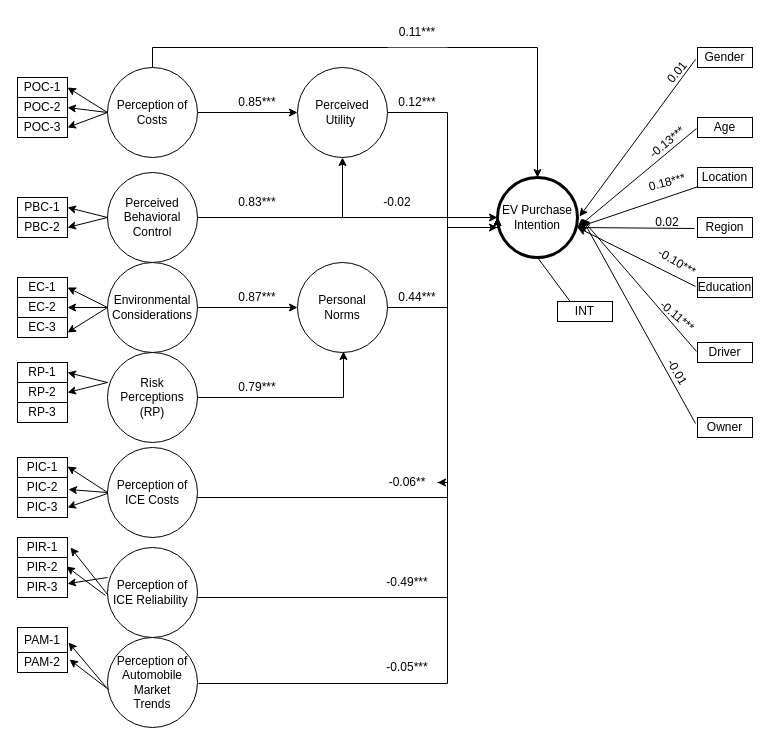
Above: page "Page-1" (1 of 2) of final_path_diagram.drawio in ChullEPG/taxi-survey (draw.io), before the change. Source tidied: cells renumbered, new cells numbered last; positions are measured from the earlier drawing's top-left corner, leaving out a move shared by most shapes. Both pictures are drawn from the tidied source at 100%, with x=0, y=0 at pixel (17, 17).
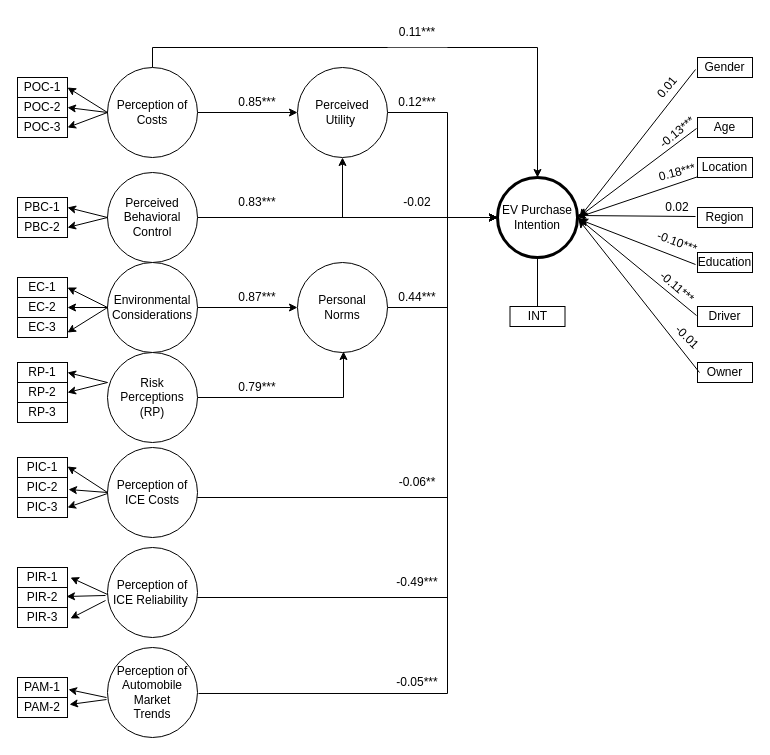
The same page after the edit.

Unchanged cells that the change refers to:
```xml
<mxCell id="3" value="Perceived Utility&amp;nbsp;" style="ellipse;whiteSpace=wrap;html=1;" parent="1" vertex="1">
  <mxGeometry x="280" y="50" width="90" height="90" as="geometry" />
</mxCell>
<mxCell id="5" value="Personal &lt;br&gt;Norms" style="ellipse;whiteSpace=wrap;html=1;" parent="1" vertex="1">
  <mxGeometry x="280" y="245" width="90" height="90" as="geometry" />
</mxCell>
<mxCell id="11" value="EV Purchase Intention" style="ellipse;whiteSpace=wrap;html=1;strokeWidth=3;" parent="1" vertex="1">
  <mxGeometry x="480" y="160" width="80" height="80" as="geometry" />
</mxCell>
<mxCell id="42" value="Perception of ICE Reliability&amp;nbsp;" style="ellipse;whiteSpace=wrap;html=1;" parent="1" vertex="1">
  <mxGeometry x="90" y="530" width="90" height="90" as="geometry" />
</mxCell>
<mxCell id="44" value="Perception of ICE Costs" style="ellipse;whiteSpace=wrap;html=1;" parent="1" vertex="1">
  <mxGeometry x="90" y="430" width="90" height="90" as="geometry" />
</mxCell>
<mxCell id="73" value="Age" style="rounded=0;whiteSpace=wrap;html=1;" parent="1" vertex="1">
  <mxGeometry x="680" y="100" width="55" height="20" as="geometry" />
</mxCell>
```

Change to the diagram source:
```diff
@@
     <mxCell id="2" style="edgeStyle=orthogonalEdgeStyle;rounded=0;jettySize=auto;html=1;entryX=0;entryY=0.5;entryDx=0;entryDy=0;" parent="1" edge="1" source="3" target="11">
       <mxGeometry relative="1" as="geometry">
         <Array as="points">
           <mxPoint x="430" y="95" />
-          <mxPoint x="430" y="210" />
+          <mxPoint x="430" y="200" />
         </Array>
       </mxGeometry>
     </mxCell>
@@
     <mxCell id="4" style="edgeStyle=orthogonalEdgeStyle;rounded=0;jettySize=auto;html=1;entryX=0;entryY=0.5;entryDx=0;entryDy=0;" parent="1" edge="1" source="5" target="11">
       <mxGeometry relative="1" as="geometry">
         <Array as="points">
           <mxPoint x="430" y="290" />
-          <mxPoint x="430" y="210" />
+          <mxPoint x="430" y="200" />
         </Array>
       </mxGeometry>
     </mxCell>
@@
     <mxCell id="23" value="INT" style="rounded=0;whiteSpace=wrap;html=1;" parent="1" vertex="1">
-      <mxGeometry x="540" y="284" width="55" height="20" as="geometry" />
+      <mxGeometry x="492.5" y="289" width="55" height="20" as="geometry" />
     </mxCell>
@@
     <mxCell id="39" style="edgeStyle=orthogonalEdgeStyle;rounded=0;jettySize=auto;html=1;entryX=0;entryY=0.5;entryDx=0;entryDy=0;exitX=0.511;exitY=-0.011;exitDx=0;exitDy=0;exitPerimeter=0;" parent="1" edge="1" source="40" target="11">
       <mxGeometry relative="1" as="geometry">
         <Array as="points">
-          <mxPoint x="430" y="666" />
-          <mxPoint x="430" y="210" />
-          <mxPoint x="480" y="210" />
+          <mxPoint x="430" y="676" />
+          <mxPoint x="430" y="200" />
         </Array>
       </mxGeometry>
     </mxCell>
     <mxCell id="40" value="Perception of Automobile Market &lt;br&gt;Trends" style="ellipse;whiteSpace=wrap;html=1;direction=south;" parent="1" vertex="1">
-      <mxGeometry x="90" y="620" width="90" height="90" as="geometry" />
+      <mxGeometry x="90" y="630" width="90" height="90" as="geometry" />
     </mxCell>
     <mxCell id="41" style="edgeStyle=orthogonalEdgeStyle;rounded=0;jettySize=auto;html=1;entryX=0;entryY=0.5;entryDx=0;entryDy=0;" parent="1" edge="1" source="42" target="11">
       <mxGeometry relative="1" as="geometry">
         <Array as="points">
           <mxPoint x="430" y="580" />
-          <mxPoint x="430" y="210" />
-          <mxPoint x="480" y="210" />
+          <mxPoint x="430" y="200" />
         </Array>
       </mxGeometry>
     </mxCell>
@@
-    <mxCell id="43" style="edgeStyle=orthogonalEdgeStyle;rounded=0;jettySize=auto;html=1;" parent="1" edge="1" source="94">
-      <mxGeometry relative="1" as="geometry">
-        <mxPoint x="480" y="210" as="targetPoint" />
-        <Array as="points">
-          <mxPoint x="430" y="210" />
-        </Array>
-      </mxGeometry>
-    </mxCell>
@@
     <mxCell id="51" value="PIR-2" style="rounded=0;whiteSpace=wrap;html=1;" parent="1" vertex="1">
-      <mxGeometry y="540" width="50" height="20" as="geometry" />
+      <mxGeometry y="570" width="50" height="20" as="geometry" />
     </mxCell>
     <mxCell id="52" value="PIR-1" style="rounded=0;whiteSpace=wrap;html=1;" parent="1" vertex="1">
-      <mxGeometry y="520" width="50" height="20" as="geometry" />
+      <mxGeometry y="550" width="50" height="20" as="geometry" />
     </mxCell>
     <mxCell id="53" value="PIR-3" style="rounded=0;whiteSpace=wrap;html=1;" parent="1" vertex="1">
-      <mxGeometry y="560" width="50" height="20" as="geometry" />
+      <mxGeometry y="590" width="50" height="20" as="geometry" />
     </mxCell>
-    <mxCell id="54" style="endArrow=classic;html=1;rounded=0;" parent="1" edge="1" target="53">
-      <mxGeometry relative="1" as="geometry">
-        <mxPoint x="90" y="560" as="sourcePoint" />
-      </mxGeometry>
+    <mxCell id="54" style="endArrow=classic;html=1;rounded=0;entryX=1.06;entryY=0.55;entryDx=0;entryDy=0;entryPerimeter=0;exitX=-0.022;exitY=0.589;exitDx=0;exitDy=0;exitPerimeter=0;" parent="1" edge="1" source="42" target="53">
+      <mxGeometry relative="1" as="geometry" />
     </mxCell>
@@
     <mxCell id="57" value="PAM-2" style="rounded=0;whiteSpace=wrap;html=1;" parent="1" vertex="1">
-      <mxGeometry y="635" width="50" height="20" as="geometry" />
+      <mxGeometry y="680" width="50" height="20" as="geometry" />
     </mxCell>
@@
     <mxCell id="63" value="-0.02" style="text;strokeColor=none;align=center;fillColor=none;html=1;verticalAlign=middle;whiteSpace=wrap;rounded=0;" parent="1" vertex="1">
-      <mxGeometry x="350" y="170" width="60" height="30" as="geometry" />
+      <mxGeometry x="370" y="170" width="60" height="30" as="geometry" />
     </mxCell>
@@
     <mxCell id="68" value="-0.49***" style="text;strokeColor=none;align=center;fillColor=none;html=1;verticalAlign=middle;whiteSpace=wrap;rounded=0;" parent="1" vertex="1">
-      <mxGeometry x="360" y="550" width="60" height="30" as="geometry" />
+      <mxGeometry x="370" y="550" width="60" height="30" as="geometry" />
     </mxCell>
     <mxCell id="69" value="-0.05***" style="text;strokeColor=none;align=center;fillColor=none;html=1;verticalAlign=middle;whiteSpace=wrap;rounded=0;" parent="1" vertex="1">
-      <mxGeometry x="360" y="635" width="60" height="30" as="geometry" />
+      <mxGeometry x="370" y="650" width="60" height="30" as="geometry" />
     </mxCell>
-    <mxCell id="70" style="edgeStyle=none;rounded=0;jettySize=auto;html=1;entryX=1.025;entryY=0.488;entryDx=0;entryDy=0;entryPerimeter=0;exitX=-0.036;exitY=0.6;exitDx=0;exitDy=0;exitPerimeter=0;" parent="1" edge="1" source="71" target="11">
+    <mxCell id="70" style="edgeStyle=none;rounded=0;jettySize=auto;html=1;entryX=1.025;entryY=0.5;entryDx=0;entryDy=0;entryPerimeter=0;exitX=-0.036;exitY=0.6;exitDx=0;exitDy=0;exitPerimeter=0;" parent="1" edge="1" source="71" target="11">
       <mxGeometry relative="1" as="geometry" />
     </mxCell>
     <mxCell id="71" value="Gender" style="rounded=0;whiteSpace=wrap;html=1;" parent="1" vertex="1">
-      <mxGeometry x="680" y="30" width="55" height="20" as="geometry" />
+      <mxGeometry x="680" y="40" width="55" height="20" as="geometry" />
     </mxCell>
-    <mxCell id="72" style="edgeStyle=none;rounded=0;jettySize=auto;html=1;exitX=-0.018;exitY=0.55;exitDx=0;exitDy=0;exitPerimeter=0;" parent="1" edge="1" source="73">
-      <mxGeometry relative="1" as="geometry">
-        <mxPoint x="560" y="210" as="targetPoint" />
-      </mxGeometry>
+    <mxCell id="72" style="edgeStyle=none;rounded=0;jettySize=auto;html=1;exitX=-0.018;exitY=0.55;exitDx=0;exitDy=0;exitPerimeter=0;entryX=1.025;entryY=0.488;entryDx=0;entryDy=0;entryPerimeter=0;" parent="1" edge="1" source="73" target="11">
+      <mxGeometry relative="1" as="geometry" />
     </mxCell>
@@
     <mxCell id="74" style="edgeStyle=none;rounded=0;jettySize=auto;html=1;" parent="1" edge="1" source="75">
       <mxGeometry relative="1" as="geometry">
-        <mxPoint x="560" y="210" as="targetPoint" />
+        <mxPoint x="560" y="200" as="targetPoint" />
       </mxGeometry>
     </mxCell>
     <mxCell id="75" value="Location" style="rounded=0;whiteSpace=wrap;html=1;" parent="1" vertex="1">
-      <mxGeometry x="680" y="150" width="55" height="20" as="geometry" />
+      <mxGeometry x="680" y="140" width="55" height="20" as="geometry" />
     </mxCell>
-    <mxCell id="76" style="edgeStyle=none;rounded=0;jettySize=auto;html=1;exitX=-0.055;exitY=0.55;exitDx=0;exitDy=0;exitPerimeter=0;" parent="1" edge="1" source="77">
-      <mxGeometry relative="1" as="geometry">
-        <mxPoint x="560" y="210" as="targetPoint" />
-      </mxGeometry>
-    </mxCell>
     <mxCell id="77" value="Region" style="rounded=0;whiteSpace=wrap;html=1;" parent="1" vertex="1">
-      <mxGeometry x="680" y="200" width="55" height="20" as="geometry" />
+      <mxGeometry x="680" y="190" width="55" height="20" as="geometry" />
     </mxCell>
-    <mxCell id="78" style="edgeStyle=none;rounded=0;jettySize=auto;html=1;exitX=-0.036;exitY=0.45;exitDx=0;exitDy=0;exitPerimeter=0;" parent="1" edge="1" source="79">
-      <mxGeometry relative="1" as="geometry">
-        <mxPoint x="560" y="210" as="targetPoint" />
-      </mxGeometry>
-    </mxCell>
     <mxCell id="79" value="Education" style="rounded=0;whiteSpace=wrap;html=1;" parent="1" vertex="1">
-      <mxGeometry x="680" y="260" width="55" height="20" as="geometry" />
+      <mxGeometry x="680" y="235" width="55" height="20" as="geometry" />
     </mxCell>
-    <mxCell id="80" style="edgeStyle=none;rounded=0;jettySize=auto;html=1;entryX=1.05;entryY=0.513;entryDx=0;entryDy=0;entryPerimeter=0;exitX=-0.018;exitY=0.45;exitDx=0;exitDy=0;exitPerimeter=0;" parent="1" edge="1" source="81" target="11">
-      <mxGeometry relative="1" as="geometry" />
-    </mxCell>
     <mxCell id="81" value="Driver" style="rounded=0;whiteSpace=wrap;html=1;" parent="1" vertex="1">
-      <mxGeometry x="680" y="325" width="55" height="20" as="geometry" />
+      <mxGeometry x="680" y="289" width="55" height="20" as="geometry" />
     </mxCell>
-    <mxCell id="82" style="edgeStyle=none;rounded=0;jettySize=auto;html=1;entryX=1.063;entryY=0.525;entryDx=0;entryDy=0;entryPerimeter=0;exitX=-0.036;exitY=0.3;exitDx=0;exitDy=0;exitPerimeter=0;" parent="1" edge="1" source="83" target="11">
-      <mxGeometry relative="1" as="geometry" />
-    </mxCell>
     <mxCell id="83" value="Owner" style="rounded=0;whiteSpace=wrap;html=1;" parent="1" vertex="1">
-      <mxGeometry x="680" y="400" width="55" height="20" as="geometry" />
+      <mxGeometry x="680" y="345" width="55" height="20" as="geometry" />
     </mxCell>
     <mxCell id="84" value="0.01" style="text;strokeColor=none;align=center;fillColor=none;html=1;verticalAlign=middle;whiteSpace=wrap;rounded=0;rotation=-50;" parent="1" vertex="1">
-      <mxGeometry x="630" y="40" width="60" height="30" as="geometry" />
+      <mxGeometry x="620" y="55" width="60" height="30" as="geometry" />
     </mxCell>
     <mxCell id="85" value="-0.13***" style="text;strokeColor=none;align=center;fillColor=none;html=1;verticalAlign=middle;whiteSpace=wrap;rounded=0;rotation=-40;" parent="1" vertex="1">
-      <mxGeometry x="620" y="110" width="60" height="30" as="geometry" />
+      <mxGeometry x="630" y="100" width="60" height="30" as="geometry" />
     </mxCell>
     <mxCell id="86" value="0.18***" style="text;strokeColor=none;align=center;fillColor=none;html=1;verticalAlign=middle;whiteSpace=wrap;rounded=0;rotation=-15;" parent="1" vertex="1">
-      <mxGeometry x="620" y="150" width="60" height="30" as="geometry" />
+      <mxGeometry x="630" y="140" width="60" height="30" as="geometry" />
     </mxCell>
-    <mxCell id="87" value="-0.10***" style="text;strokeColor=none;align=center;fillColor=none;html=1;verticalAlign=middle;whiteSpace=wrap;rounded=0;rotation=30;" parent="1" vertex="1">
-      <mxGeometry x="630" y="230" width="60" height="30" as="geometry" />
+    <mxCell id="87" value="-0.10***" style="text;strokeColor=none;align=center;fillColor=none;html=1;verticalAlign=middle;whiteSpace=wrap;rounded=0;rotation=20;" parent="1" vertex="1">
+      <mxGeometry x="630" y="210" width="60" height="30" as="geometry" />
     </mxCell>
     <mxCell id="88" value="-0.11***" style="text;strokeColor=none;align=center;fillColor=none;html=1;verticalAlign=middle;whiteSpace=wrap;rounded=0;rotation=40;" parent="1" vertex="1">
-      <mxGeometry x="630" y="284" width="60" height="30" as="geometry" />
+      <mxGeometry x="630" y="255" width="60" height="30" as="geometry" />
     </mxCell>
-    <mxCell id="89" value="-0.01" style="text;strokeColor=none;align=center;fillColor=none;html=1;verticalAlign=middle;whiteSpace=wrap;rounded=0;rotation=60;" parent="1" vertex="1">
-      <mxGeometry x="630" y="340" width="60" height="30" as="geometry" />
+    <mxCell id="89" value="-0.01" style="text;strokeColor=none;align=center;fillColor=none;html=1;verticalAlign=middle;whiteSpace=wrap;rounded=0;rotation=45;" parent="1" vertex="1">
+      <mxGeometry x="640" y="305" width="60" height="30" as="geometry" />
     </mxCell>
     <mxCell id="90" value="0.02" style="text;strokeColor=none;align=center;fillColor=none;html=1;verticalAlign=middle;whiteSpace=wrap;rounded=0;rotation=0;" parent="1" vertex="1">
-      <mxGeometry x="620" y="190" width="60" height="30" as="geometry" />
+      <mxGeometry x="630" y="175" width="60" height="30" as="geometry" />
     </mxCell>
-    <mxCell id="91" style="endArrow=classic;html=1;rounded=0;entryX=1.04;entryY=0.35;entryDx=0;entryDy=0;exitX=0.578;exitY=0.989;exitDx=0;exitDy=0;exitPerimeter=0;entryPerimeter=0;" parent="1" edge="1" source="40" target="57">
+    <mxCell id="91" style="endArrow=classic;html=1;rounded=0;entryX=1.04;entryY=0.35;entryDx=0;entryDy=0;exitX=0.578;exitY=1.011;exitDx=0;exitDy=0;exitPerimeter=0;entryPerimeter=0;" parent="1" edge="1" source="40" target="57">
       <mxGeometry relative="1" as="geometry" />
     </mxCell>
     <mxCell id="92" value="PAM-1" style="rounded=0;whiteSpace=wrap;html=1;" parent="1" vertex="1">
-      <mxGeometry y="610" width="50" height="25" as="geometry" />
+      <mxGeometry y="660" width="50" height="20" as="geometry" />
     </mxCell>
-    <mxCell id="93" style="edgeStyle=orthogonalEdgeStyle;rounded=0;jettySize=auto;html=1;" parent="1" edge="1" source="44" target="94">
+    <mxCell id="93" style="edgeStyle=orthogonalEdgeStyle;rounded=0;jettySize=auto;html=1;" parent="1" edge="1" source="44">
       <mxGeometry relative="1" as="geometry">
+        <mxPoint x="480" y="200" as="targetPoint" />
         <Array as="points">
           <mxPoint x="430" y="480" />
         </Array>
       </mxGeometry>
     </mxCell>
     <mxCell id="94" value="-0.06**" style="text;strokeColor=none;align=center;fillColor=none;html=1;verticalAlign=middle;whiteSpace=wrap;rounded=0;" parent="1" vertex="1">
-      <mxGeometry x="360" y="450" width="60" height="30" as="geometry" />
+      <mxGeometry x="370" y="450" width="60" height="30" as="geometry" />
     </mxCell>
+    <mxCell id="95" style="edgeStyle=none;rounded=0;jettySize=auto;html=1;exitX=-0.036;exitY=0.45;exitDx=0;exitDy=0;exitPerimeter=0;entryX=0.988;entryY=0.475;entryDx=0;entryDy=0;entryPerimeter=0;" parent="1" edge="1" source="77" target="11">
+      <mxGeometry relative="1" as="geometry" />
+    </mxCell>
+    <mxCell id="96" style="edgeStyle=none;rounded=0;jettySize=auto;html=1;entryX=1.025;entryY=0.525;entryDx=0;entryDy=0;entryPerimeter=0;exitX=-0.036;exitY=0.6;exitDx=0;exitDy=0;exitPerimeter=0;" parent="1" edge="1" source="79" target="11">
+      <mxGeometry relative="1" as="geometry" />
+    </mxCell>
+    <mxCell id="97" style="edgeStyle=none;rounded=0;jettySize=auto;html=1;exitX=-0.018;exitY=0.45;exitDx=0;exitDy=0;exitPerimeter=0;" parent="1" edge="1" source="81">
+      <mxGeometry relative="1" as="geometry">
+        <mxPoint x="560" y="200" as="targetPoint" />
+      </mxGeometry>
+    </mxCell>
+    <mxCell id="82" style="edgeStyle=none;rounded=0;jettySize=auto;html=1;entryX=1.013;entryY=0.525;entryDx=0;entryDy=0;entryPerimeter=0;exitX=0.036;exitY=0.5;exitDx=0;exitDy=0;exitPerimeter=0;" parent="1" edge="1" source="83" target="11">
+      <mxGeometry relative="1" as="geometry" />
+    </mxCell>
```
